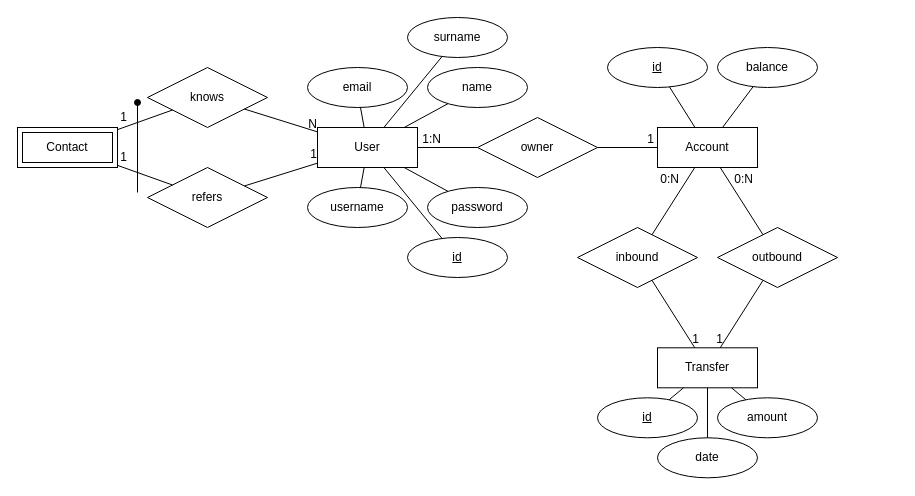
Above: page "ER" (1 of 2) of doc/db.drawio in alexbradd/tiw2022-es4 (draw.io), before the change. Source tidied: cells renumbered, new cells numbered last; positions are measured from the earlier drawing's top-left corner, leaving out a move shared by most shapes. Both pictures are drawn from the tidied source at 100%, with x=0, y=0 at pixel (17, 17).
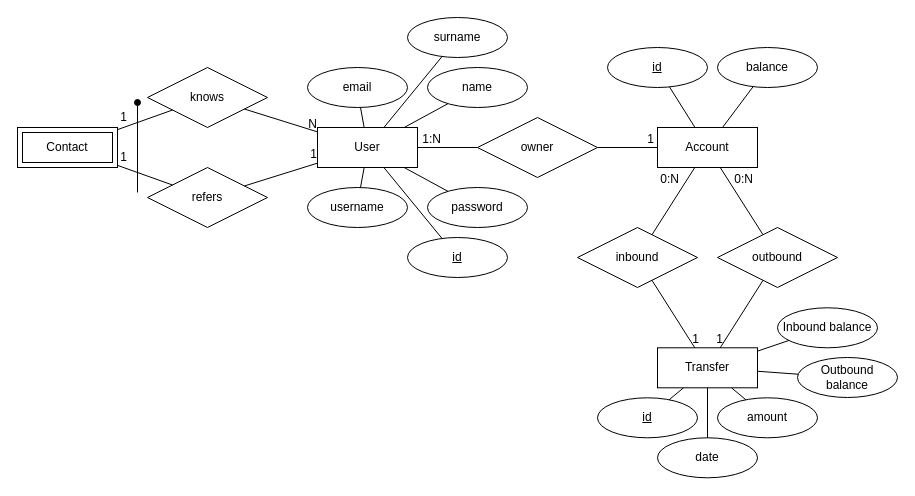
The same diagram, later.

The change refers to these unchanged cells:
```xml
<mxCell id="19" value="Transfer" style="whiteSpace=wrap;html=1;align=center;" parent="1" vertex="1">
  <mxGeometry x="640" y="330.3" width="100" height="40" as="geometry" />
</mxCell>
```

The edit, as a diff of the source:
```diff
@@
+    <mxCell id="54" value="Outbound balance" style="ellipse;whiteSpace=wrap;html=1;align=center;" parent="1" vertex="1">
+      <mxGeometry x="780" y="340" width="100" height="40" as="geometry" />
+    </mxCell>
+    <mxCell id="55" value="Inbound balance" style="ellipse;whiteSpace=wrap;html=1;align=center;" parent="1" vertex="1">
+      <mxGeometry x="760" y="290.3" width="100" height="40" as="geometry" />
+    </mxCell>
+    <mxCell id="56" style="endArrow=none;html=1;rounded=0;" parent="1" edge="1" source="54" target="19">
+      <mxGeometry relative="1" as="geometry" />
+    </mxCell>
+    <mxCell id="57" style="endArrow=none;html=1;rounded=0;" parent="1" edge="1" source="55" target="19">
+      <mxGeometry relative="1" as="geometry" />
+    </mxCell>
```
